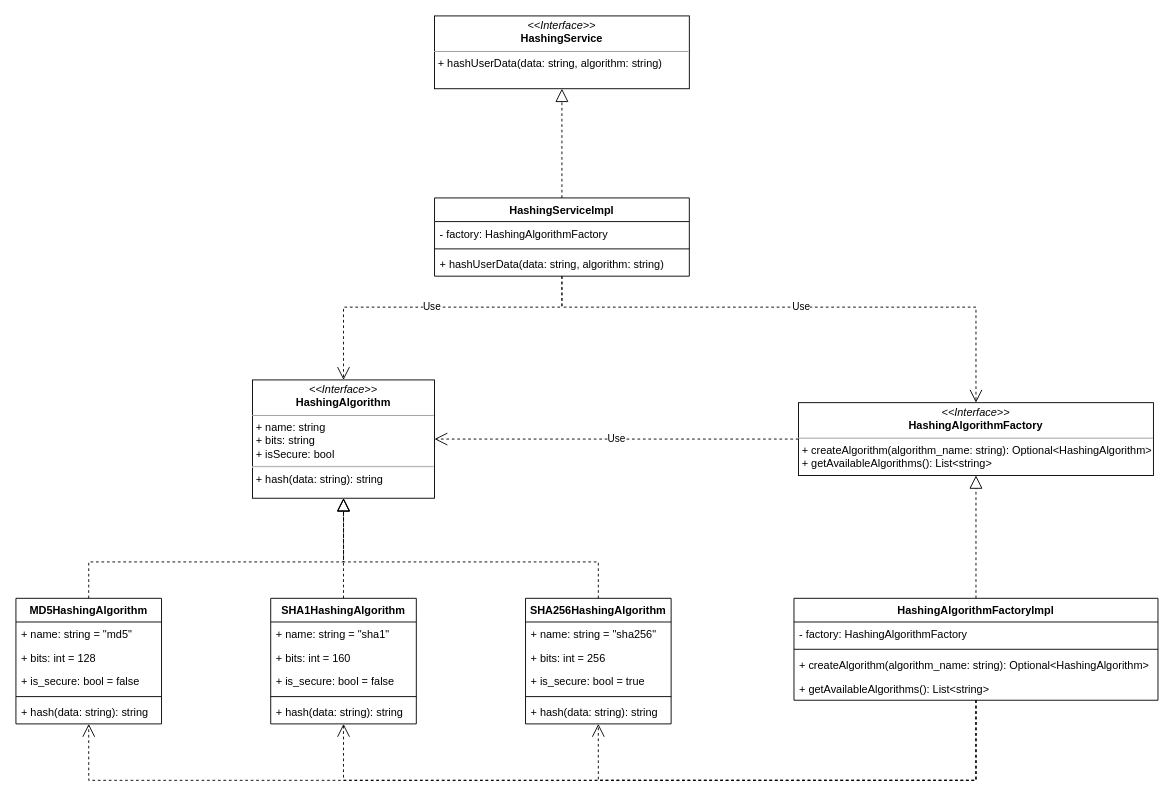
This is page "HashingService" (2 of 2) of docs/diagrams/design.drawio from dieisabel/cypherman, a draw.io file, before an edit. Source tidied: cells renumbered, new cells numbered last; positions are measured from the earlier drawing's top-left corner, leaving out a move shared by most shapes. Both pictures are drawn from the tidied source at 91%, with x=0, y=0 at pixel (15, 15).
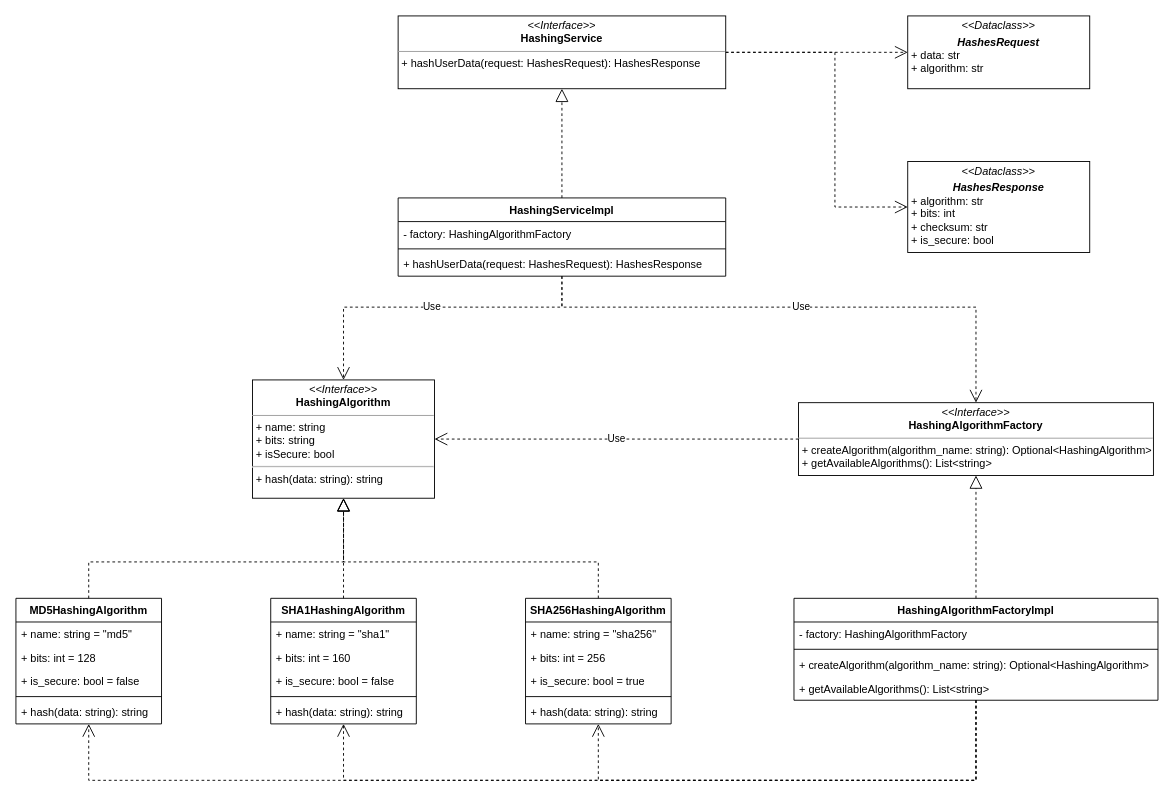
The same diagram, later.

The edit, as a diff of the source:
```diff
@@
+    <mxCell id="44" value="&lt;p style=&quot;margin: 0px ; margin-top: 4px ; text-align: center&quot;&gt;&lt;i&gt;&amp;lt;&amp;lt;Dataclass&amp;gt;&amp;gt;&lt;/i&gt;&lt;br&gt;&lt;/p&gt;&lt;p style=&quot;margin: 0px ; margin-top: 4px ; text-align: center&quot;&gt;&lt;i&gt;&lt;b&gt;HashesRequest&lt;/b&gt;&lt;/i&gt;&lt;/p&gt;&lt;p style=&quot;margin: 0px ; margin-left: 4px&quot;&gt;+ data: str&lt;br&gt;+ algorithm: str&lt;/p&gt;&lt;p style=&quot;margin: 0px ; margin-left: 4px&quot;&gt;&lt;br&gt;&lt;/p&gt;" style="verticalAlign=top;align=left;overflow=fill;fontSize=12;fontFamily=Helvetica;html=1;" parent="1" vertex="1">
+      <mxGeometry x="980" width="200" height="80" as="geometry" />
+    </mxCell>
+    <mxCell id="45" value="&lt;p style=&quot;margin: 0px ; margin-top: 4px ; text-align: center&quot;&gt;&lt;i&gt;&amp;lt;&amp;lt;Dataclass&amp;gt;&amp;gt;&lt;/i&gt;&lt;br&gt;&lt;/p&gt;&lt;p style=&quot;margin: 0px ; margin-top: 4px ; text-align: center&quot;&gt;&lt;i&gt;&lt;b&gt;HashesResponse&lt;/b&gt;&lt;/i&gt;&lt;/p&gt;&lt;p style=&quot;margin: 0px ; margin-left: 4px&quot;&gt;+ algorithm: str&lt;br&gt;+ bits: int&lt;/p&gt;&lt;p style=&quot;margin: 0px ; margin-left: 4px&quot;&gt;+ checksum: str&lt;br&gt;&lt;/p&gt;&lt;p style=&quot;margin: 0px ; margin-left: 4px&quot;&gt;+ is_secure: bool&lt;br&gt;&lt;/p&gt;&lt;p style=&quot;margin: 0px ; margin-left: 4px&quot;&gt;&lt;br&gt;&lt;/p&gt;" style="verticalAlign=top;align=left;overflow=fill;fontSize=12;fontFamily=Helvetica;html=1;" parent="1" vertex="1">
+      <mxGeometry x="980" y="160" width="200" height="100" as="geometry" />
+    </mxCell>
+    <mxCell id="46" style="endArrow=open;endSize=12;dashed=1;html=1;exitX=1;exitY=0.5;exitDx=0;exitDy=0;entryX=0;entryY=0.5;entryDx=0;entryDy=0;" parent="1" edge="1" source="7" target="44">
+      <mxGeometry relative="1" as="geometry" />
+    </mxCell>
+    <mxCell id="47" style="endArrow=open;endSize=12;dashed=1;html=1;entryX=0;entryY=0.5;entryDx=0;entryDy=0;exitX=1;exitY=0.5;exitDx=0;exitDy=0;rounded=0;" parent="1" edge="1" source="7" target="45">
+      <mxGeometry relative="1" as="geometry">
+        <Array as="points">
+          <mxPoint x="900" y="40" />
+          <mxPoint x="900" y="210" />
+        </Array>
+      </mxGeometry>
+    </mxCell>
@@
     <mxCell id="3" value="HashingServiceImpl" style="swimlane;fontStyle=1;align=center;verticalAlign=top;horizontal=1;startSize=26;" parent="2" vertex="1">
-      <mxGeometry x="460" y="200" width="280" height="86" as="geometry" />
+      <mxGeometry x="420" y="200" width="360" height="86" as="geometry" />
     </mxCell>
     <mxCell id="4" value="- factory: HashingAlgorithmFactory" style="text;strokeColor=none;fillColor=none;align=left;verticalAlign=top;spacingLeft=4;spacingRight=4;overflow=hidden;" parent="3" vertex="1">
-      <mxGeometry y="26" width="280" height="26" as="geometry" />
+      <mxGeometry y="26" width="360" height="26" as="geometry" />
     </mxCell>
     <mxCell id="5" style="line;strokeWidth=1;fillColor=none;align=left;verticalAlign=middle;spacingTop=-1;spacingLeft=3;spacingRight=3;labelPosition=right;" parent="3" vertex="1">
-      <mxGeometry y="52" width="280" height="8" as="geometry" />
+      <mxGeometry y="52" width="360" height="8" as="geometry" />
     </mxCell>
-    <mxCell id="6" value="+ hashUserData(data: string, algorithm: string)" style="text;strokeColor=none;fillColor=none;align=left;verticalAlign=top;spacingLeft=4;spacingRight=4;overflow=hidden;points=[[0,0.5],[1,0.5]];portConstraint=eastwest;" parent="3" vertex="1">
-      <mxGeometry y="60" width="280" height="26" as="geometry" />
+    <mxCell id="6" value="+ hashUserData(request: HashesRequest): HashesResponse" style="text;strokeColor=none;fillColor=none;align=left;verticalAlign=top;spacingLeft=4;spacingRight=4;overflow=hidden;points=[[0,0.5],[1,0.5]];portConstraint=eastwest;" parent="3" vertex="1">
+      <mxGeometry y="60" width="360" height="26" as="geometry" />
     </mxCell>
-    <mxCell id="7" value="&lt;p style=&quot;margin: 0px ; margin-top: 4px ; text-align: center&quot;&gt;&lt;i&gt;&amp;lt;&amp;lt;Interface&amp;gt;&amp;gt;&lt;/i&gt;&lt;br&gt;&lt;b&gt;HashingService&lt;/b&gt;&lt;/p&gt;&lt;hr size=&quot;1&quot;&gt;&lt;p style=&quot;margin: 0px ; margin-left: 4px&quot;&gt;&lt;span&gt;+ hashUserData(data: string, algorithm: string)&lt;/span&gt;&lt;/p&gt;" style="verticalAlign=top;align=left;overflow=fill;fontSize=12;fontFamily=Helvetica;html=1;" parent="2" vertex="1">
-      <mxGeometry x="460" width="280" height="80" as="geometry" />
+    <mxCell id="7" value="&lt;p style=&quot;margin: 0px ; margin-top: 4px ; text-align: center&quot;&gt;&lt;i&gt;&amp;lt;&amp;lt;Interface&amp;gt;&amp;gt;&lt;/i&gt;&lt;br&gt;&lt;b&gt;HashingService&lt;/b&gt;&lt;/p&gt;&lt;hr size=&quot;1&quot;&gt;&lt;p style=&quot;margin: 0px ; margin-left: 4px&quot;&gt;&lt;span&gt;+ hashUserData(request: HashesRequest): HashesResponse&lt;/span&gt;&lt;/p&gt;" style="verticalAlign=top;align=left;overflow=fill;fontSize=12;fontFamily=Helvetica;html=1;" parent="2" vertex="1">
+      <mxGeometry x="420" width="360" height="80" as="geometry" />
     </mxCell>
```
